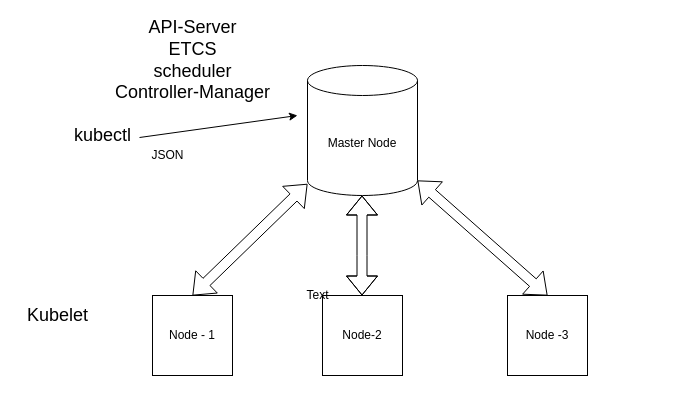
Earlier version of the draw.io diagram k8s-1.drawio (7pearls/Test). Source tidied: cells renumbered, new cells numbered last; positions are measured from the earlier drawing's top-left corner, leaving out a move shared by most shapes. Both pictures are drawn from the tidied source at 100%, with x=0, y=0 at pixel (17, 25).
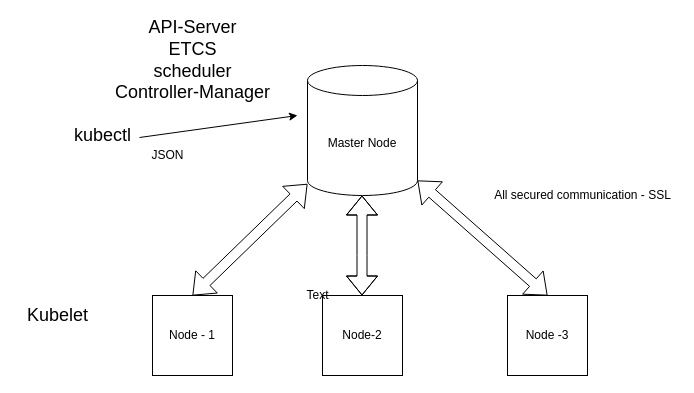
After the change.

Change to the diagram source:
```diff
@@
 <mxGraphModel>
   <root>
     <mxCell id="0" />
     <mxCell id="1" parent="0" />
     <mxCell id="2" value="Master Node" style="shape=cylinder3;whiteSpace=wrap;html=1;boundedLbl=1;backgroundOutline=1;size=15;" parent="1" vertex="1">
       <mxGeometry x="290" y="40" width="110" height="130" as="geometry" />
     </mxCell>
     <mxCell id="3" value="&lt;font style=&quot;font-size: 18px&quot;&gt;API-Server&lt;br&gt;ETCS&lt;br&gt;scheduler&lt;br&gt;Controller-Manager&lt;br&gt;&lt;/font&gt;" style="text;html=1;align=center;verticalAlign=middle;fillColor=none;strokeColor=none;rounded=0;" parent="1" vertex="1">
       <mxGeometry x="90" width="170" height="70" as="geometry" />
     </mxCell>
     <mxCell id="4" value="Node - 1" style="whiteSpace=wrap;html=1;" parent="1" vertex="1">
       <mxGeometry x="135" y="270" width="80" height="80" as="geometry" />
     </mxCell>
     <mxCell id="5" value="Node-2" style="whiteSpace=wrap;html=1;" parent="1" vertex="1">
       <mxGeometry x="305" y="270" width="80" height="80" as="geometry" />
     </mxCell>
     <mxCell id="6" value="Node -3" style="whiteSpace=wrap;html=1;" parent="1" vertex="1">
       <mxGeometry x="490" y="270" width="80" height="80" as="geometry" />
     </mxCell>
     <mxCell id="7" value="Text" style="text;html=1;align=center;verticalAlign=middle;fillColor=none;strokeColor=none;rounded=0;" parent="1" vertex="1">
       <mxGeometry x="280" y="260" width="40" height="20" as="geometry" />
     </mxCell>
     <mxCell id="8" value="&lt;font style=&quot;font-size: 18px&quot;&gt;kubectl&lt;/font&gt;" style="text;html=1;align=center;verticalAlign=middle;points=[];" parent="1" vertex="1">
       <mxGeometry x="50" y="100" width="70" height="20" as="geometry" />
     </mxCell>
     <mxCell id="9" style="endArrow=classic;html=1;exitX=1.029;exitY=0.6;exitDx=0;exitDy=0;exitPerimeter=0;" parent="1" edge="1" source="8">
       <mxGeometry relative="1" as="geometry">
         <mxPoint x="280" y="90" as="targetPoint" />
       </mxGeometry>
     </mxCell>
     <mxCell id="10" value="JSON" style="text;html=1;align=center;verticalAlign=middle;" parent="1" vertex="1">
       <mxGeometry x="125" y="120" width="50" height="20" as="geometry" />
     </mxCell>
     <mxCell id="11" style="shape=flexArrow;endArrow=classic;startArrow=classic;html=1;exitX=0.5;exitY=0;exitDx=0;exitDy=0;" parent="1" edge="1" source="4" target="2">
       <mxGeometry relative="1" as="geometry" />
     </mxCell>
     <mxCell id="12" style="shape=flexArrow;endArrow=classic;startArrow=classic;html=1;exitX=0.5;exitY=0;exitDx=0;exitDy=0;entryX=0.5;entryY=1;entryDx=0;entryDy=0;entryPerimeter=0;" parent="1" edge="1">
       <mxGeometry relative="1" as="geometry">
         <mxPoint x="344.5" y="270" as="sourcePoint" />
         <mxPoint x="344.5" y="170" as="targetPoint" />
         <Array as="points">
           <mxPoint x="344.5" y="230" />
         </Array>
       </mxGeometry>
     </mxCell>
     <mxCell id="13" style="shape=flexArrow;endArrow=classic;startArrow=classic;html=1;entryX=0.5;entryY=0;entryDx=0;entryDy=0;exitX=1;exitY=1;exitDx=0;exitDy=-15;exitPerimeter=0;" parent="1" edge="1" source="2" target="6">
       <mxGeometry relative="1" as="geometry" />
     </mxCell>
     <mxCell id="14" value="&lt;font style=&quot;font-size: 18px&quot;&gt;Kubelet&lt;/font&gt;" style="text;html=1;align=center;verticalAlign=middle;" parent="1" vertex="1">
       <mxGeometry y="280" width="80" height="20" as="geometry" />
     </mxCell>
+    <mxCell id="15" value="All secured communication - SSL" style="text;html=1;align=center;verticalAlign=middle;" parent="1" vertex="1">
+      <mxGeometry x="470" y="160" width="190" height="20" as="geometry" />
+    </mxCell>
   </root>
 </mxGraphModel>
```
